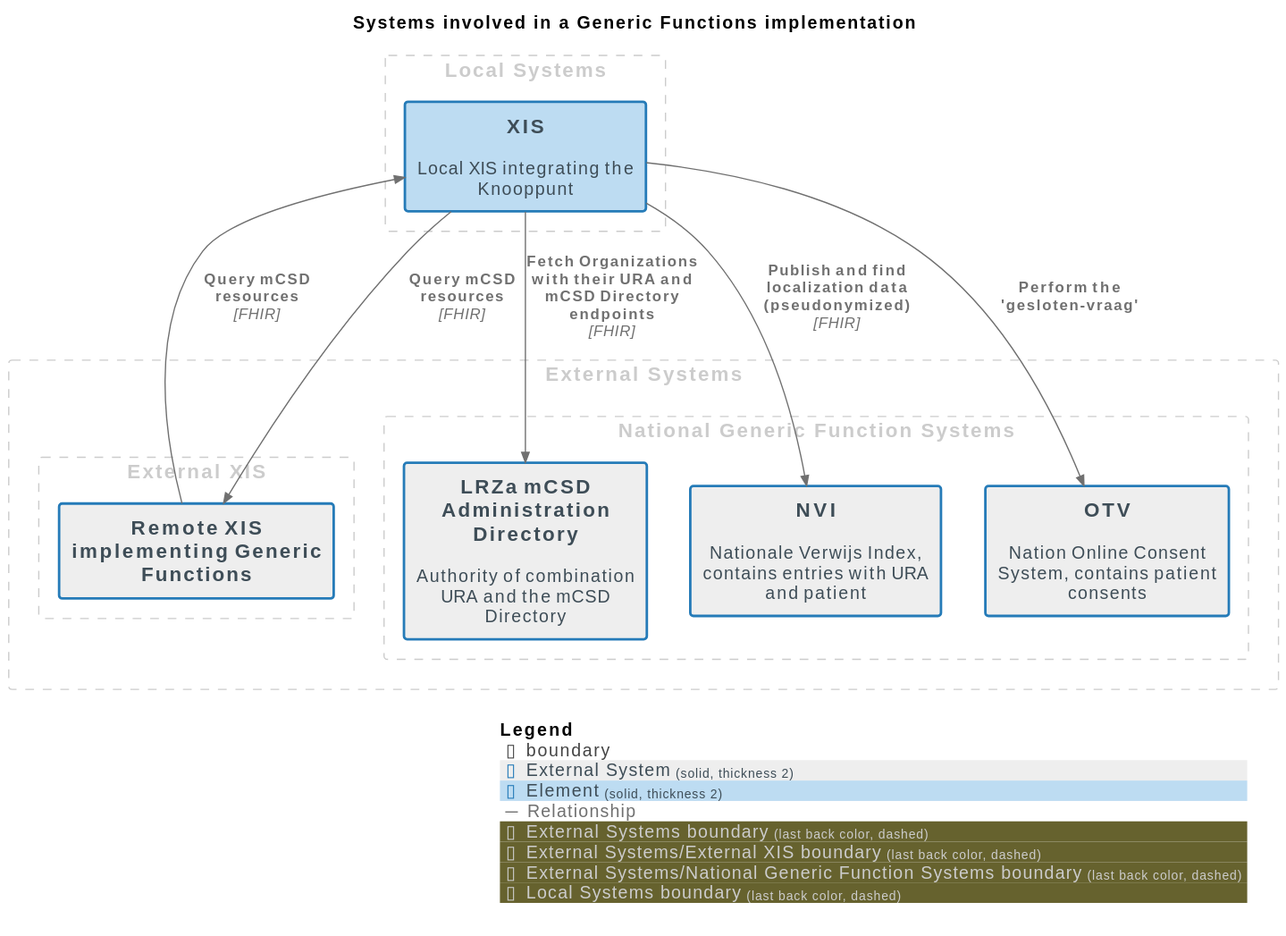
Before: docs/images/structurizr-GF_SystemContext.svg, a diagram exported from PlantUML (nuts-foundation/nuts-knooppunt).
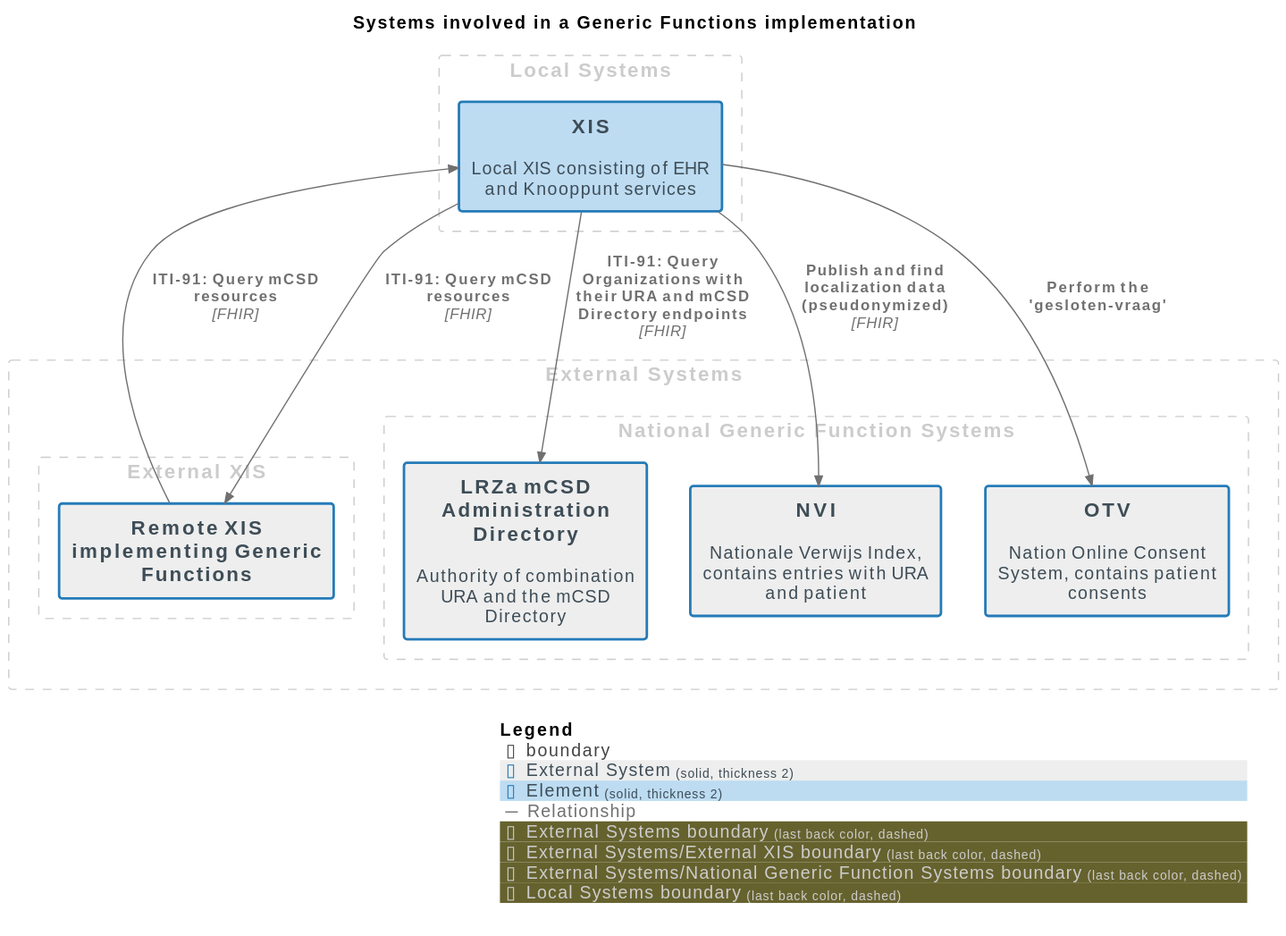
Above is the later version.

Diff of the diagram source:
```diff
@@ -30,13 +30,13 @@
 
 AddBoundaryTag("Local Systems", $borderColor="#cccccc", $fontColor="#cccccc", $borderStyle="dashed")
 Boundary(group_4, "Local Systems", $tags="Local Systems") {
-  System(XIS, "XIS", $descr="Local XIS integrating the Knooppunt", $tags="Element", $link="")
+  System(XIS, "XIS", $descr="Local XIS consisting of EHR and Knooppunt services", $tags="Element", $link="")
 }
 
 
-Rel(RemoteXISimplementingGenericFunctions, XIS, "Query mCSD resources", $techn="FHIR", $tags="Relationship", $link="")
-Rel(XIS, LRZamCSDAdministrationDirectory, "Fetch Organizations with their URA and mCSD Directory endpoints", $techn="FHIR", $tags="Relationship", $link="")
-Rel(XIS, RemoteXISimplementingGenericFunctions, "Query mCSD resources", $techn="FHIR", $tags="Relationship", $link="")
+Rel(RemoteXISimplementingGenericFunctions, XIS, "ITI-91: Query mCSD resources", $techn="FHIR", $tags="Relationship", $link="")
+Rel(XIS, LRZamCSDAdministrationDirectory, "ITI-91: Query Organizations with their URA and mCSD Directory endpoints", $techn="FHIR", $tags="Relationship", $link="")
+Rel(XIS, RemoteXISimplementingGenericFunctions, "ITI-91: Query mCSD resources", $techn="FHIR", $tags="Relationship", $link="")
 Rel(XIS, NVI, "Publish and find localization data\n(pseudonymized)", $techn="FHIR", $tags="Relationship", $link="")
 Rel(XIS, OTV, "Perform the 'gesloten-vraag'", $techn="", $tags="Relationship", $link="")
 
```
